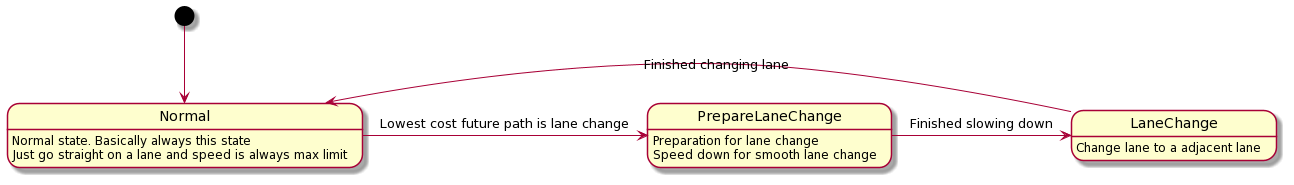
Before: images/statemachine.png, a diagram exported from PlantUML (zuqqhi2/udacity_carnd_term3).
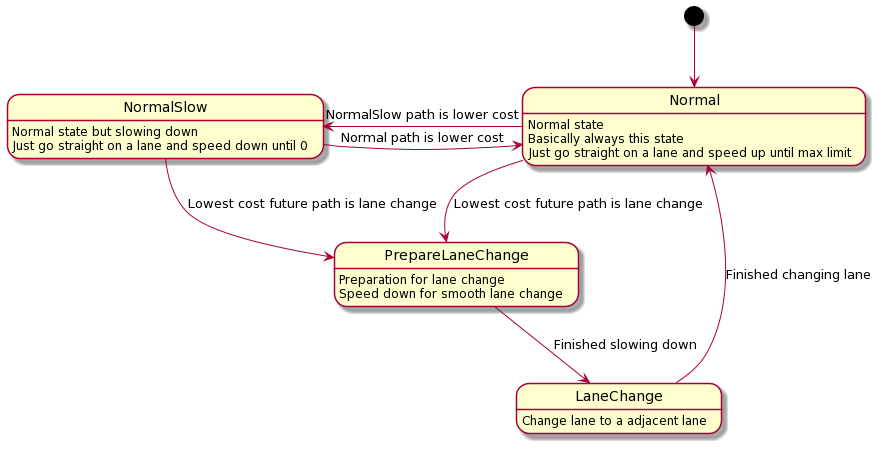
Above is the later version.

What changed in the source:
```diff
@@ -1,14 +1,21 @@
 @startuml
 [*] --> Normal
 
-Normal : Normal state. Basically always this state
-Normal : Just go straight on a lane and speed is always max limit
-Normal -> PrepareLaneChange : Lowest cost future path is lane change
+Normal : Normal state
+Normal : Basically always this state
+Normal : Just go straight on a lane and speed up until max limit
+Normal -> NormalSlow : NormalSlow path is lower cost
+Normal --> PrepareLaneChange : Lowest cost future path is lane change
+
+NormalSlow : Normal state but slowing down
+NormalSlow : Just go straight on a lane and speed down until 0
+NormalSlow -> Normal: Normal path is lower cost
+NormalSlow --> PrepareLaneChange: Lowest cost future path is lane change
 
 PrepareLaneChange : Preparation for lane change
 PrepareLaneChange : Speed down for smooth lane change
-PrepareLaneChange -> LaneChange : Finished slowing down
+PrepareLaneChange --> LaneChange : Finished slowing down
 
 LaneChange : Change lane to a adjacent lane
-LaneChange -> Normal : Finished changing lane
+LaneChange --> Normal : Finished changing lane
 @enduml
```
